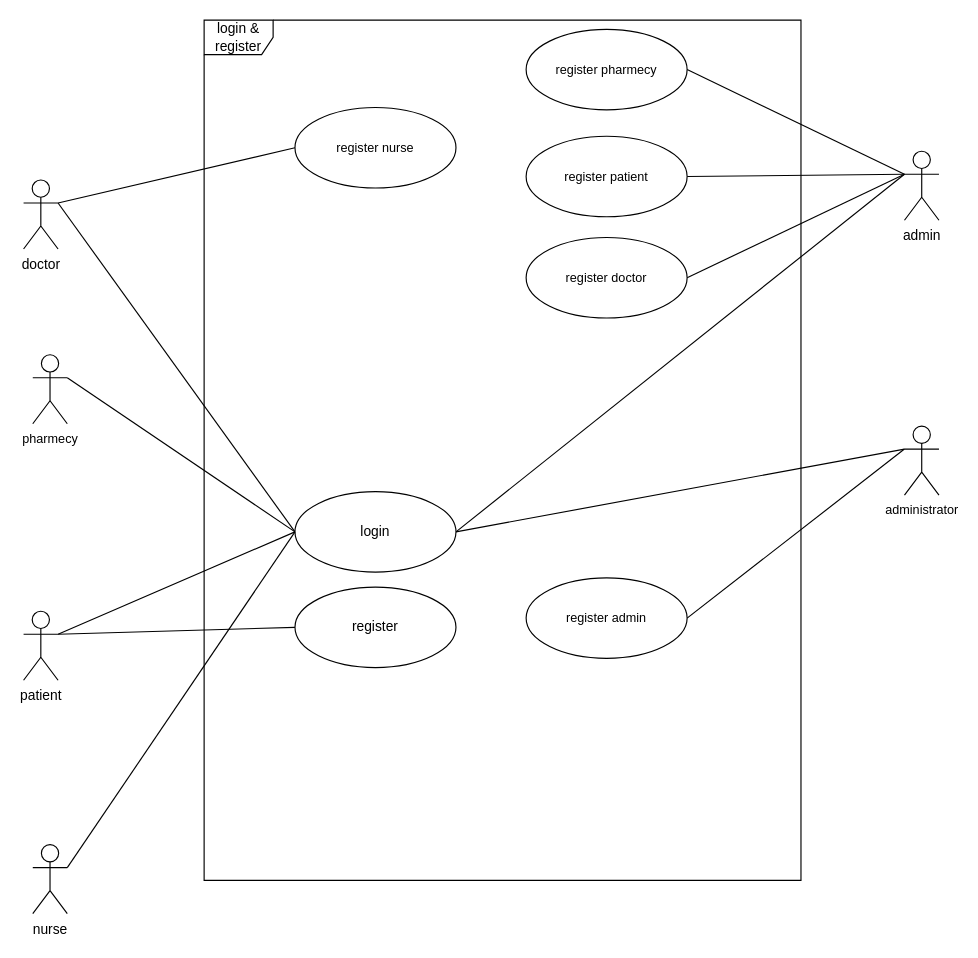
The draw.io diagram USECASE/login_register.drawio in SalehAskari/telemedicine, before the edit. Source tidied: cells renumbered, new cells numbered last; positions are measured from the earlier drawing's top-left corner, leaving out a move shared by most shapes. Both pictures are drawn from the tidied source at 115%, with x=0, y=0 at pixel (23, 20).
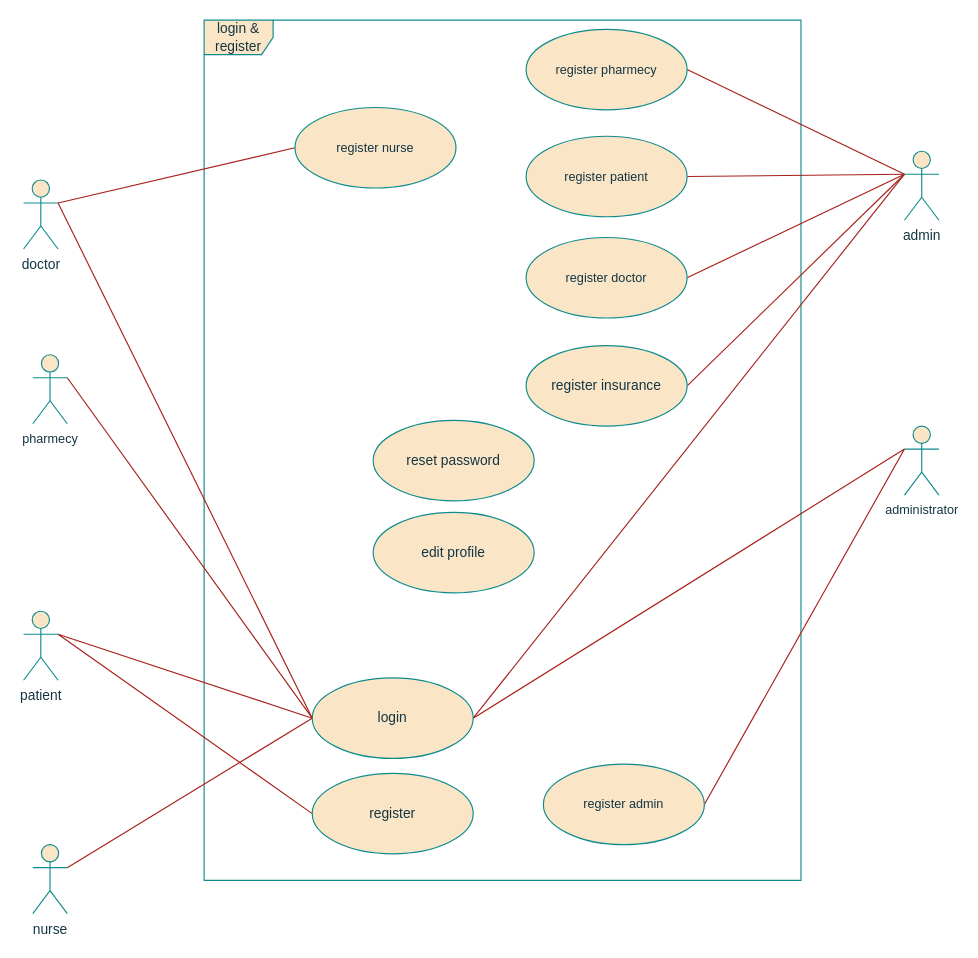
The same page after the edit.

What changed in the source:
```diff
@@
-    <mxCell id="2" value="login &amp;amp; register" style="shape=umlFrame;whiteSpace=wrap;html=1;" parent="1" vertex="1">
+    <mxCell id="2" value="login &amp;amp; register" style="shape=umlFrame;whiteSpace=wrap;html=1;labelBackgroundColor=none;fillColor=#FAE5C7;strokeColor=#0F8B8D;fontColor=#143642;" parent="1" vertex="1">
       <mxGeometry x="157" width="519" height="748" as="geometry" />
     </mxCell>
-    <mxCell id="3" style="shape=connector;rounded=0;jettySize=auto;html=1;exitX=1;exitY=0.3333333333333333;exitDx=0;exitDy=0;exitPerimeter=0;entryX=0;entryY=0.5;entryDx=0;entryDy=0;strokeColor=default;align=center;verticalAlign=middle;fontFamily=Helvetica;fontSize=11;fontColor=default;labelBackgroundColor=default;endArrow=none;startFill=0;" parent="1" edge="1" source="5" target="14">
+    <mxCell id="3" style="shape=connector;rounded=0;jettySize=auto;html=1;exitX=1;exitY=0.3333333333333333;exitDx=0;exitDy=0;exitPerimeter=0;entryX=0;entryY=0.5;entryDx=0;entryDy=0;strokeColor=#A8201A;align=center;verticalAlign=middle;fontFamily=Helvetica;fontSize=11;fontColor=default;labelBackgroundColor=none;endArrow=none;startFill=0;" parent="1" edge="1" source="5" target="14">
       <mxGeometry relative="1" as="geometry" />
     </mxCell>
-    <mxCell id="4" style="shape=connector;rounded=0;jettySize=auto;html=1;exitX=1;exitY=0.3333333333333333;exitDx=0;exitDy=0;exitPerimeter=0;entryX=0;entryY=0.5;entryDx=0;entryDy=0;strokeColor=default;align=center;verticalAlign=middle;fontFamily=Helvetica;fontSize=11;fontColor=default;labelBackgroundColor=default;endArrow=none;startFill=0;" parent="1" edge="1" source="5" target="15">
+    <mxCell id="4" style="shape=connector;rounded=0;jettySize=auto;html=1;exitX=1;exitY=0.3333333333333333;exitDx=0;exitDy=0;exitPerimeter=0;entryX=0;entryY=0.5;entryDx=0;entryDy=0;strokeColor=#A8201A;align=center;verticalAlign=middle;fontFamily=Helvetica;fontSize=11;fontColor=default;labelBackgroundColor=none;endArrow=none;startFill=0;" parent="1" edge="1" source="5" target="15">
       <mxGeometry relative="1" as="geometry" />
     </mxCell>
-    <mxCell id="5" value="patient" style="shape=umlActor;verticalLabelPosition=bottom;verticalAlign=top;html=1;" parent="1" vertex="1">
+    <mxCell id="5" value="patient" style="shape=umlActor;verticalLabelPosition=bottom;verticalAlign=top;html=1;labelBackgroundColor=none;fillColor=#FAE5C7;strokeColor=#0F8B8D;fontColor=#143642;" parent="1" vertex="1">
       <mxGeometry y="514" width="30" height="60" as="geometry" />
     </mxCell>
-    <mxCell id="6" style="shape=connector;rounded=0;jettySize=auto;html=1;exitX=1;exitY=0.3333333333333333;exitDx=0;exitDy=0;exitPerimeter=0;entryX=0;entryY=0.5;entryDx=0;entryDy=0;strokeColor=default;align=center;verticalAlign=middle;fontFamily=Helvetica;fontSize=11;fontColor=default;labelBackgroundColor=default;endArrow=none;startFill=0;" parent="1" edge="1" source="8" target="14">
+    <mxCell id="6" style="shape=connector;rounded=0;jettySize=auto;html=1;exitX=1;exitY=0.3333333333333333;exitDx=0;exitDy=0;exitPerimeter=0;entryX=0;entryY=0.5;entryDx=0;entryDy=0;strokeColor=#A8201A;align=center;verticalAlign=middle;fontFamily=Helvetica;fontSize=11;fontColor=default;labelBackgroundColor=none;endArrow=none;startFill=0;" parent="1" edge="1" source="8" target="14">
       <mxGeometry relative="1" as="geometry" />
     </mxCell>
-    <mxCell id="7" style="edgeStyle=none;shape=connector;rounded=0;jettySize=auto;html=1;exitX=1;exitY=0.3333333333333333;exitDx=0;exitDy=0;exitPerimeter=0;entryX=0;entryY=0.5;entryDx=0;entryDy=0;strokeColor=default;align=center;verticalAlign=middle;fontFamily=Helvetica;fontSize=11;fontColor=default;labelBackgroundColor=default;startFill=0;endArrow=none;" parent="1" edge="1" source="8" target="24">
+    <mxCell id="7" style="edgeStyle=none;shape=connector;rounded=0;jettySize=auto;html=1;exitX=1;exitY=0.3333333333333333;exitDx=0;exitDy=0;exitPerimeter=0;entryX=0;entryY=0.5;entryDx=0;entryDy=0;strokeColor=#A8201A;align=center;verticalAlign=middle;fontFamily=Helvetica;fontSize=11;fontColor=default;labelBackgroundColor=none;startFill=0;endArrow=none;" parent="1" edge="1" source="8" target="24">
       <mxGeometry relative="1" as="geometry" />
     </mxCell>
-    <mxCell id="8" value="doctor" style="shape=umlActor;verticalLabelPosition=bottom;verticalAlign=top;html=1;" parent="1" vertex="1">
+    <mxCell id="8" value="doctor" style="shape=umlActor;verticalLabelPosition=bottom;verticalAlign=top;html=1;labelBackgroundColor=none;fillColor=#FAE5C7;strokeColor=#0F8B8D;fontColor=#143642;" parent="1" vertex="1">
       <mxGeometry y="139" width="30" height="60" as="geometry" />
     </mxCell>
-    <mxCell id="9" style="shape=connector;rounded=0;jettySize=auto;html=1;exitX=0;exitY=0.3333333333333333;exitDx=0;exitDy=0;exitPerimeter=0;entryX=1;entryY=0.5;entryDx=0;entryDy=0;strokeColor=default;align=center;verticalAlign=middle;fontFamily=Helvetica;fontSize=11;fontColor=default;labelBackgroundColor=default;startFill=0;endArrow=none;" parent="1" edge="1" source="13" target="14">
+    <mxCell id="9" style="shape=connector;rounded=0;jettySize=auto;html=1;exitX=0;exitY=0.3333333333333333;exitDx=0;exitDy=0;exitPerimeter=0;entryX=1;entryY=0.5;entryDx=0;entryDy=0;strokeColor=#A8201A;align=center;verticalAlign=middle;fontFamily=Helvetica;fontSize=11;fontColor=default;labelBackgroundColor=none;startFill=0;endArrow=none;" parent="1" edge="1" source="13" target="14">
       <mxGeometry relative="1" as="geometry" />
     </mxCell>
-    <mxCell id="10" style="edgeStyle=none;shape=connector;rounded=0;jettySize=auto;html=1;exitX=0;exitY=0.3333333333333333;exitDx=0;exitDy=0;exitPerimeter=0;entryX=1;entryY=0.5;entryDx=0;entryDy=0;strokeColor=default;align=center;verticalAlign=middle;fontFamily=Helvetica;fontSize=11;fontColor=default;labelBackgroundColor=default;startFill=0;endArrow=none;" parent="1" edge="1" source="13" target="21">
+    <mxCell id="10" style="edgeStyle=none;shape=connector;rounded=0;jettySize=auto;html=1;exitX=0;exitY=0.3333333333333333;exitDx=0;exitDy=0;exitPerimeter=0;entryX=1;entryY=0.5;entryDx=0;entryDy=0;strokeColor=#A8201A;align=center;verticalAlign=middle;fontFamily=Helvetica;fontSize=11;fontColor=default;labelBackgroundColor=none;startFill=0;endArrow=none;" parent="1" edge="1" source="13" target="21">
       <mxGeometry relative="1" as="geometry" />
     </mxCell>
-    <mxCell id="11" style="edgeStyle=none;shape=connector;rounded=0;jettySize=auto;html=1;exitX=0;exitY=0.3333333333333333;exitDx=0;exitDy=0;exitPerimeter=0;entryX=1;entryY=0.5;entryDx=0;entryDy=0;strokeColor=default;align=center;verticalAlign=middle;fontFamily=Helvetica;fontSize=11;fontColor=default;labelBackgroundColor=default;startFill=0;endArrow=none;" parent="1" edge="1" source="13" target="20">
+    <mxCell id="11" style="edgeStyle=none;shape=connector;rounded=0;jettySize=auto;html=1;exitX=0;exitY=0.3333333333333333;exitDx=0;exitDy=0;exitPerimeter=0;entryX=1;entryY=0.5;entryDx=0;entryDy=0;strokeColor=#A8201A;align=center;verticalAlign=middle;fontFamily=Helvetica;fontSize=11;fontColor=default;labelBackgroundColor=none;startFill=0;endArrow=none;" parent="1" edge="1" source="13" target="20">
       <mxGeometry relative="1" as="geometry" />
     </mxCell>
-    <mxCell id="12" style="edgeStyle=none;shape=connector;rounded=0;jettySize=auto;html=1;exitX=0;exitY=0.3333333333333333;exitDx=0;exitDy=0;exitPerimeter=0;entryX=1;entryY=0.5;entryDx=0;entryDy=0;strokeColor=default;align=center;verticalAlign=middle;fontFamily=Helvetica;fontSize=11;fontColor=default;labelBackgroundColor=default;startFill=0;endArrow=none;" parent="1" edge="1" source="13" target="27">
+    <mxCell id="12" style="edgeStyle=none;shape=connector;rounded=0;jettySize=auto;html=1;exitX=0;exitY=0.3333333333333333;exitDx=0;exitDy=0;exitPerimeter=0;entryX=1;entryY=0.5;entryDx=0;entryDy=0;strokeColor=#A8201A;align=center;verticalAlign=middle;fontFamily=Helvetica;fontSize=11;fontColor=default;labelBackgroundColor=none;startFill=0;endArrow=none;" parent="1" edge="1" source="13" target="27">
       <mxGeometry relative="1" as="geometry" />
     </mxCell>
+    <mxCell id="28" style="rounded=0;jettySize=auto;html=1;exitX=0;exitY=0.3333333333333333;exitDx=0;exitDy=0;exitPerimeter=0;entryX=1;entryY=0.5;entryDx=0;entryDy=0;endArrow=none;startFill=0;labelBackgroundColor=none;strokeColor=#A8201A;fontColor=default;" parent="1" edge="1" source="13" target="29">
+      <mxGeometry relative="1" as="geometry" />
+    </mxCell>
-    <mxCell id="13" value="admin" style="shape=umlActor;verticalLabelPosition=bottom;verticalAlign=top;html=1;" parent="1" vertex="1">
+    <mxCell id="13" value="admin" style="shape=umlActor;verticalLabelPosition=bottom;verticalAlign=top;html=1;labelBackgroundColor=none;fillColor=#FAE5C7;strokeColor=#0F8B8D;fontColor=#143642;" parent="1" vertex="1">
       <mxGeometry x="766" y="114" width="30" height="60" as="geometry" />
     </mxCell>
-    <mxCell id="14" value="login" style="ellipse;whiteSpace=wrap;html=1;" parent="1" vertex="1">
-      <mxGeometry x="236" y="410" width="140" height="70" as="geometry" />
+    <mxCell id="14" value="login" style="ellipse;whiteSpace=wrap;html=1;labelBackgroundColor=none;fillColor=#FAE5C7;strokeColor=#0F8B8D;fontColor=#143642;" parent="1" vertex="1">
+      <mxGeometry x="251" y="572" width="140" height="70" as="geometry" />
     </mxCell>
-    <mxCell id="15" value="register" style="ellipse;whiteSpace=wrap;html=1;" parent="1" vertex="1">
-      <mxGeometry x="236" y="493" width="140" height="70" as="geometry" />
+    <mxCell id="15" value="register" style="ellipse;whiteSpace=wrap;html=1;labelBackgroundColor=none;fillColor=#FAE5C7;strokeColor=#0F8B8D;fontColor=#143642;" parent="1" vertex="1">
+      <mxGeometry x="251" y="655" width="140" height="70" as="geometry" />
     </mxCell>
-    <mxCell id="16" style="shape=connector;rounded=0;jettySize=auto;html=1;exitX=0;exitY=0.3333333333333333;exitDx=0;exitDy=0;exitPerimeter=0;entryX=1;entryY=0.5;entryDx=0;entryDy=0;strokeColor=default;align=center;verticalAlign=middle;fontFamily=Helvetica;fontSize=11;fontColor=default;labelBackgroundColor=default;startFill=0;endArrow=none;" parent="1" edge="1" source="18" target="14">
+    <mxCell id="16" style="shape=connector;rounded=0;jettySize=auto;html=1;exitX=0;exitY=0.3333333333333333;exitDx=0;exitDy=0;exitPerimeter=0;entryX=1;entryY=0.5;entryDx=0;entryDy=0;strokeColor=#A8201A;align=center;verticalAlign=middle;fontFamily=Helvetica;fontSize=11;fontColor=default;labelBackgroundColor=none;startFill=0;endArrow=none;" parent="1" edge="1" source="18" target="14">
       <mxGeometry relative="1" as="geometry" />
     </mxCell>
-    <mxCell id="17" style="edgeStyle=none;shape=connector;rounded=0;jettySize=auto;html=1;exitX=0;exitY=0.3333333333333333;exitDx=0;exitDy=0;exitPerimeter=0;entryX=1;entryY=0.5;entryDx=0;entryDy=0;strokeColor=default;align=center;verticalAlign=middle;fontFamily=Helvetica;fontSize=11;fontColor=default;labelBackgroundColor=default;startFill=0;endArrow=none;" parent="1" edge="1" source="18" target="19">
+    <mxCell id="17" style="edgeStyle=none;shape=connector;rounded=0;jettySize=auto;html=1;exitX=0;exitY=0.3333333333333333;exitDx=0;exitDy=0;exitPerimeter=0;entryX=1;entryY=0.5;entryDx=0;entryDy=0;strokeColor=#A8201A;align=center;verticalAlign=middle;fontFamily=Helvetica;fontSize=11;fontColor=default;labelBackgroundColor=none;startFill=0;endArrow=none;" parent="1" edge="1" source="18" target="19">
       <mxGeometry relative="1" as="geometry" />
     </mxCell>
-    <mxCell id="18" value="administrator" style="shape=umlActor;verticalLabelPosition=bottom;verticalAlign=top;html=1;fontFamily=Helvetica;fontSize=11;fontColor=default;labelBackgroundColor=default;" parent="1" vertex="1">
+    <mxCell id="18" value="administrator" style="shape=umlActor;verticalLabelPosition=bottom;verticalAlign=top;html=1;fontFamily=Helvetica;fontSize=11;fontColor=#143642;labelBackgroundColor=none;fillColor=#FAE5C7;strokeColor=#0F8B8D;" parent="1" vertex="1">
       <mxGeometry x="766" y="353" width="30" height="60" as="geometry" />
     </mxCell>
-    <mxCell id="19" value="register admin" style="ellipse;whiteSpace=wrap;html=1;fontFamily=Helvetica;fontSize=11;fontColor=default;labelBackgroundColor=default;" parent="1" vertex="1">
-      <mxGeometry x="437" y="485" width="140" height="70" as="geometry" />
+    <mxCell id="19" value="register admin" style="ellipse;whiteSpace=wrap;html=1;fontFamily=Helvetica;fontSize=11;fontColor=#143642;labelBackgroundColor=none;fillColor=#FAE5C7;strokeColor=#0F8B8D;" parent="1" vertex="1">
+      <mxGeometry x="452" y="647" width="140" height="70" as="geometry" />
     </mxCell>
-    <mxCell id="20" value="register doctor" style="ellipse;whiteSpace=wrap;html=1;fontFamily=Helvetica;fontSize=11;fontColor=default;labelBackgroundColor=default;" parent="1" vertex="1">
+    <mxCell id="20" value="register doctor" style="ellipse;whiteSpace=wrap;html=1;fontFamily=Helvetica;fontSize=11;fontColor=#143642;labelBackgroundColor=none;fillColor=#FAE5C7;strokeColor=#0F8B8D;" parent="1" vertex="1">
       <mxGeometry x="437" y="189" width="140" height="70" as="geometry" />
     </mxCell>
-    <mxCell id="21" value="register patient" style="ellipse;whiteSpace=wrap;html=1;fontFamily=Helvetica;fontSize=11;fontColor=default;labelBackgroundColor=default;" parent="1" vertex="1">
+    <mxCell id="21" value="register patient" style="ellipse;whiteSpace=wrap;html=1;fontFamily=Helvetica;fontSize=11;fontColor=#143642;labelBackgroundColor=none;fillColor=#FAE5C7;strokeColor=#0F8B8D;" parent="1" vertex="1">
       <mxGeometry x="437" y="101" width="140" height="70" as="geometry" />
     </mxCell>
-    <mxCell id="22" style="rounded=0;jettySize=auto;html=1;exitX=1;exitY=0.3333333333333333;exitDx=0;exitDy=0;exitPerimeter=0;entryX=0;entryY=0.5;entryDx=0;entryDy=0;endArrow=none;startFill=0;" parent="1" edge="1" source="23" target="14">
+    <mxCell id="22" style="rounded=0;jettySize=auto;html=1;exitX=1;exitY=0.3333333333333333;exitDx=0;exitDy=0;exitPerimeter=0;entryX=0;entryY=0.5;entryDx=0;entryDy=0;endArrow=none;startFill=0;labelBackgroundColor=none;strokeColor=#A8201A;fontColor=default;" parent="1" edge="1" source="23" target="14">
       <mxGeometry relative="1" as="geometry" />
     </mxCell>
-    <mxCell id="23" value="nurse" style="shape=umlActor;verticalLabelPosition=bottom;verticalAlign=top;html=1;outlineConnect=0;" parent="1" vertex="1">
+    <mxCell id="23" value="nurse" style="shape=umlActor;verticalLabelPosition=bottom;verticalAlign=top;html=1;outlineConnect=0;labelBackgroundColor=none;fillColor=#FAE5C7;strokeColor=#0F8B8D;fontColor=#143642;" parent="1" vertex="1">
       <mxGeometry x="8" y="717" width="30" height="60" as="geometry" />
     </mxCell>
-    <mxCell id="24" value="register nurse" style="ellipse;whiteSpace=wrap;html=1;fontFamily=Helvetica;fontSize=11;fontColor=default;labelBackgroundColor=default;" parent="1" vertex="1">
+    <mxCell id="24" value="register nurse" style="ellipse;whiteSpace=wrap;html=1;fontFamily=Helvetica;fontSize=11;fontColor=#143642;labelBackgroundColor=none;fillColor=#FAE5C7;strokeColor=#0F8B8D;" parent="1" vertex="1">
       <mxGeometry x="236" y="76" width="140" height="70" as="geometry" />
     </mxCell>
-    <mxCell id="25" style="edgeStyle=none;shape=connector;rounded=0;jettySize=auto;html=1;exitX=1;exitY=0.3333333333333333;exitDx=0;exitDy=0;exitPerimeter=0;entryX=0;entryY=0.5;entryDx=0;entryDy=0;strokeColor=default;align=center;verticalAlign=middle;fontFamily=Helvetica;fontSize=11;fontColor=default;labelBackgroundColor=default;startFill=0;endArrow=none;" parent="1" edge="1" source="26" target="14">
+    <mxCell id="25" style="edgeStyle=none;shape=connector;rounded=0;jettySize=auto;html=1;exitX=1;exitY=0.3333333333333333;exitDx=0;exitDy=0;exitPerimeter=0;entryX=0;entryY=0.5;entryDx=0;entryDy=0;strokeColor=#A8201A;align=center;verticalAlign=middle;fontFamily=Helvetica;fontSize=11;fontColor=default;labelBackgroundColor=none;startFill=0;endArrow=none;" parent="1" edge="1" source="26" target="14">
       <mxGeometry relative="1" as="geometry" />
     </mxCell>
-    <mxCell id="26" value="pharmecy" style="shape=umlActor;verticalLabelPosition=bottom;verticalAlign=top;html=1;outlineConnect=0;fontFamily=Helvetica;fontSize=11;fontColor=default;labelBackgroundColor=default;" parent="1" vertex="1">
+    <mxCell id="26" value="pharmecy" style="shape=umlActor;verticalLabelPosition=bottom;verticalAlign=top;html=1;outlineConnect=0;fontFamily=Helvetica;fontSize=11;fontColor=#143642;labelBackgroundColor=none;fillColor=#FAE5C7;strokeColor=#0F8B8D;" parent="1" vertex="1">
       <mxGeometry x="8" y="291" width="30" height="60" as="geometry" />
     </mxCell>
-    <mxCell id="27" value="register pharmecy" style="ellipse;whiteSpace=wrap;html=1;fontFamily=Helvetica;fontSize=11;fontColor=default;labelBackgroundColor=default;" parent="1" vertex="1">
+    <mxCell id="27" value="register pharmecy" style="ellipse;whiteSpace=wrap;html=1;fontFamily=Helvetica;fontSize=11;fontColor=#143642;labelBackgroundColor=none;fillColor=#FAE5C7;strokeColor=#0F8B8D;" parent="1" vertex="1">
       <mxGeometry x="437" y="8" width="140" height="70" as="geometry" />
     </mxCell>
+    <mxCell id="29" value="register insurance" style="ellipse;whiteSpace=wrap;html=1;labelBackgroundColor=none;fillColor=#FAE5C7;strokeColor=#0F8B8D;fontColor=#143642;" parent="1" vertex="1">
+      <mxGeometry x="437" y="283" width="140" height="70" as="geometry" />
+    </mxCell>
+    <mxCell id="30" value="reset password" style="ellipse;whiteSpace=wrap;html=1;strokeColor=#0F8B8D;fontColor=#143642;fillColor=#FAE5C7;" parent="1" vertex="1">
+      <mxGeometry x="304" y="348" width="140" height="70" as="geometry" />
+    </mxCell>
+    <mxCell id="31" value="edit profile" style="ellipse;whiteSpace=wrap;html=1;strokeColor=#0F8B8D;fontColor=#143642;fillColor=#FAE5C7;" parent="1" vertex="1">
+      <mxGeometry x="304" y="428" width="140" height="70" as="geometry" />
+    </mxCell>
```
